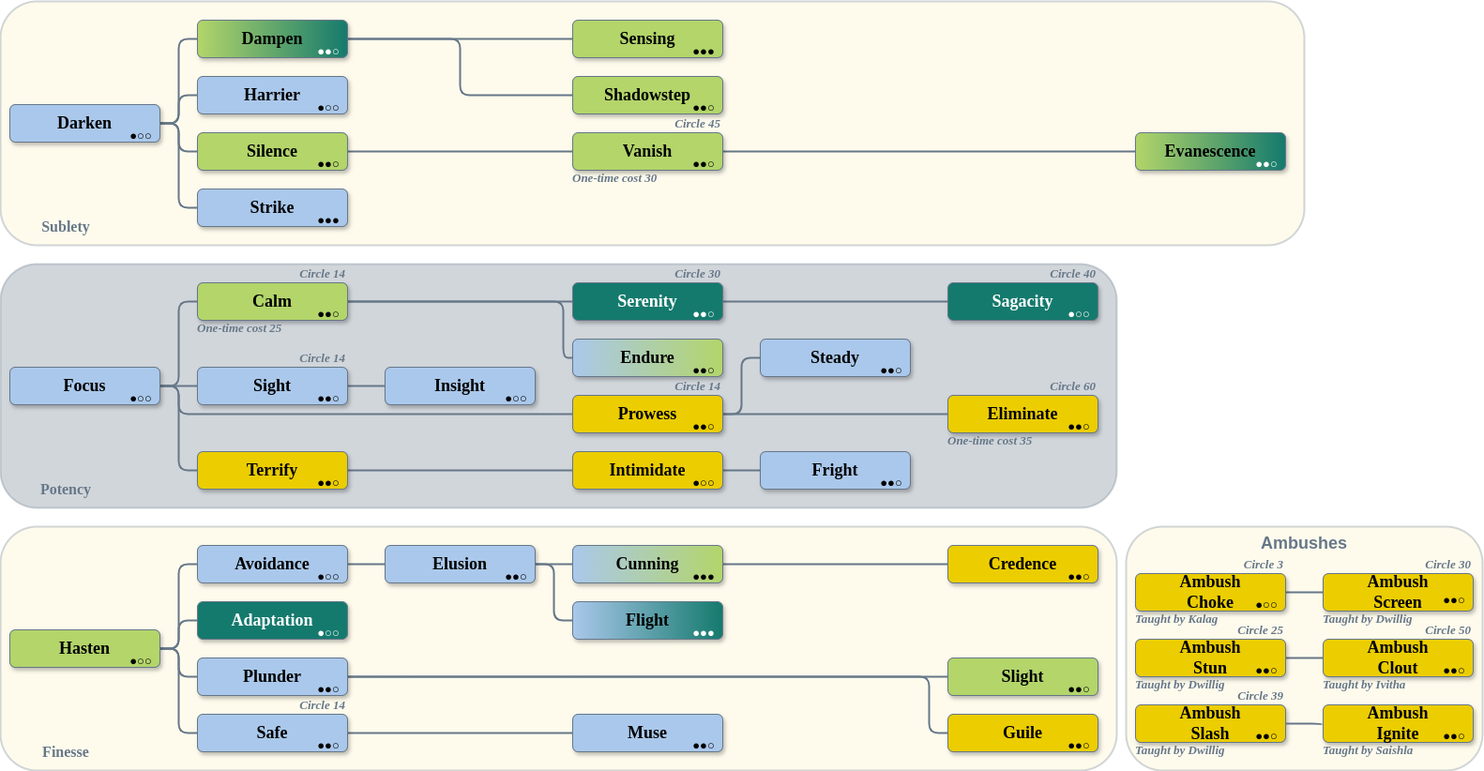
MahtraDR/dr-spell-trees keeps this draw.io diagram as Thief/Thief.png. Above is the earlier version. Source tidied: cells renumbered, new cells last; positions are measured from the earlier drawing's top-left corner, leaving out a move shared by most shapes.
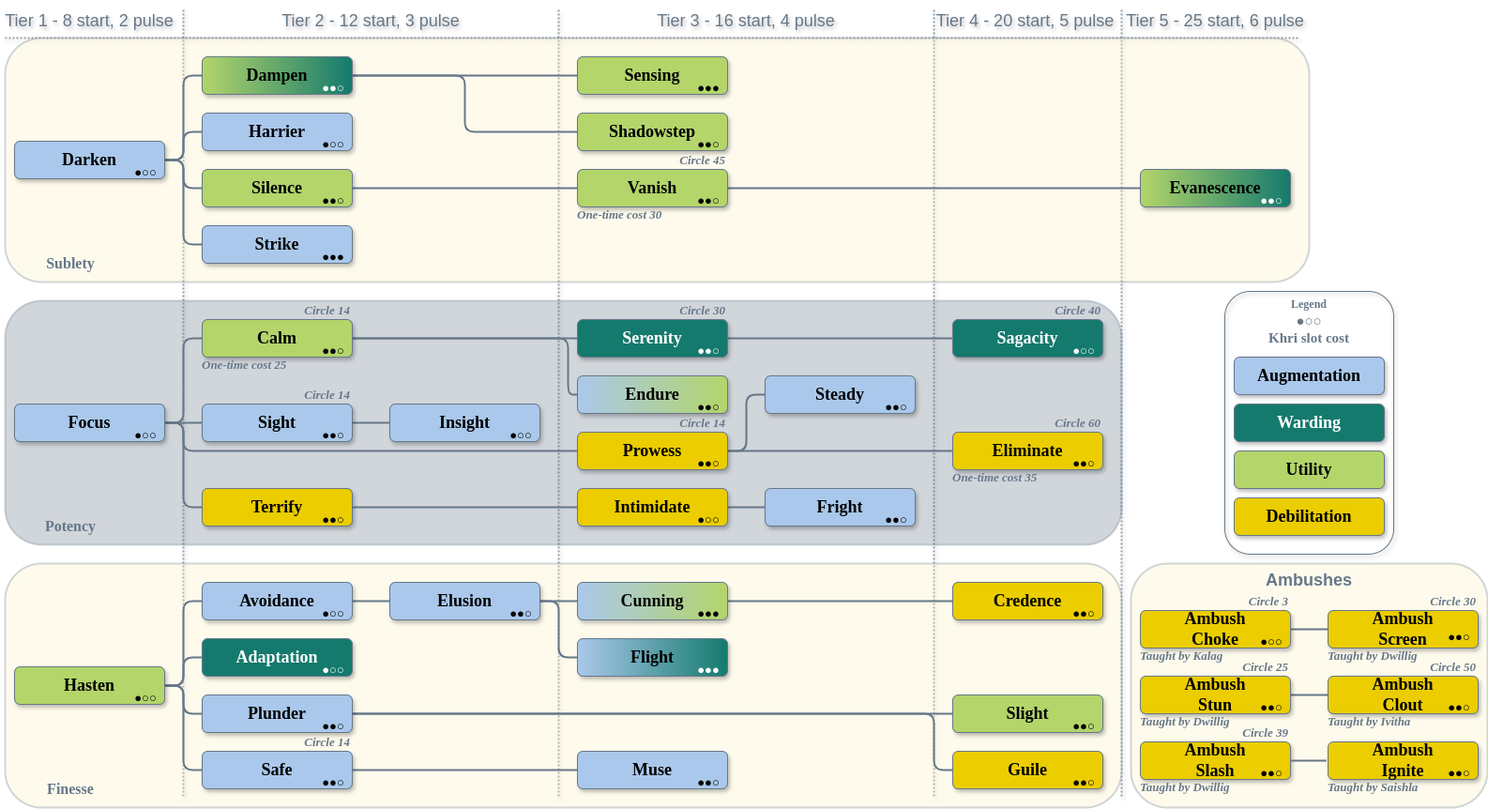
Above is the later version.

What changed in the source:
```diff
@@ -1,6 +1,70 @@
 <mxGraphModel>
   <root>
     <mxCell id="0" />
+    <mxCell id="150" parent="0" />
+    <mxCell id="151" value="Tier 1 - 8 start, 2 pulse" style="text;align=center;verticalAlign=middle;strokeColor=none;fillColor=none;fontFamily=Helvetica;fontSize=18;fontColor=#667788;labelBackgroundColor=none;textShadow=1;" parent="150" vertex="1">
+      <mxGeometry x="50" y="-40" width="80" height="40" as="geometry" />
+    </mxCell>
+    <mxCell id="152" style="html=1;rounded=0;strokeWidth=2;endArrow=none;endFill=0;dashed=1;exitX=0.633;exitY=0;exitDx=0;exitDy=0;exitPerimeter=0;labelBackgroundColor=none;shadow=1;fontColor=default;strokeColor=#667788;opacity=70;dashPattern=1 1;" parent="150" edge="1">
+      <mxGeometry relative="1" as="geometry">
+        <mxPoint x="990" y="-30" as="sourcePoint" />
+        <mxPoint x="990" y="810" as="targetPoint" />
+      </mxGeometry>
+    </mxCell>
+    <mxCell id="153" style="html=1;rounded=0;strokeWidth=2;endArrow=none;endFill=0;dashed=1;exitX=0.633;exitY=0;exitDx=0;exitDy=0;exitPerimeter=0;labelBackgroundColor=none;shadow=1;fontColor=default;strokeColor=#667788;opacity=70;dashPattern=1 1;" parent="150" edge="1">
+      <mxGeometry relative="1" as="geometry">
+        <mxPoint x="1190" y="-30" as="sourcePoint" />
+        <mxPoint x="1190" y="810" as="targetPoint" />
+      </mxGeometry>
+    </mxCell>
+    <mxCell id="154" style="html=1;rounded=0;strokeWidth=2;endArrow=none;endFill=0;dashed=1;labelBackgroundColor=none;shadow=1;fontColor=default;strokeColor=#667788;opacity=70;dashPattern=1 1;" parent="150" edge="1">
+      <mxGeometry relative="1" as="geometry">
+        <mxPoint as="sourcePoint" />
+        <mxPoint x="1380" as="targetPoint" />
+      </mxGeometry>
+    </mxCell>
+    <mxCell id="155" style="html=1;rounded=0;strokeWidth=2;endArrow=none;endFill=0;dashed=1;labelBackgroundColor=none;shadow=1;fontColor=default;strokeColor=#667788;opacity=70;dashPattern=1 1;" parent="150" edge="1">
+      <mxGeometry relative="1" as="geometry">
+        <mxPoint x="590" y="-30" as="sourcePoint" />
+        <mxPoint x="590" y="810" as="targetPoint" />
+      </mxGeometry>
+    </mxCell>
+    <mxCell id="156" style="html=1;rounded=0;strokeWidth=2;endArrow=none;endFill=0;dashed=1;labelBackgroundColor=none;shadow=1;fontColor=default;strokeColor=#667788;opacity=70;dashPattern=1 1;" parent="150" edge="1">
+      <mxGeometry relative="1" as="geometry">
+        <mxPoint x="190" y="-30" as="sourcePoint" />
+        <mxPoint x="190" y="810" as="targetPoint" />
+      </mxGeometry>
+    </mxCell>
+    <mxCell id="157" value="Tier 2 - 12 start, 3 pulse" style="text;align=center;verticalAlign=middle;strokeColor=none;fillColor=none;fontFamily=Helvetica;fontSize=18;fontColor=#667788;labelBackgroundColor=none;textShadow=1;" parent="150" vertex="1">
+      <mxGeometry x="350" y="-40" width="80" height="40" as="geometry" />
+    </mxCell>
+    <mxCell id="158" value="Tier 3 - 16 start, 4 pulse" style="text;align=center;verticalAlign=middle;strokeColor=none;fillColor=none;fontFamily=Helvetica;fontSize=18;fontColor=#667788;labelBackgroundColor=none;textShadow=1;" parent="150" vertex="1">
+      <mxGeometry x="750" y="-40" width="80" height="40" as="geometry" />
+    </mxCell>
+    <mxCell id="159" value="Tier 4 - 20 start, 5 pulse " style="text;align=center;verticalAlign=middle;strokeColor=none;fillColor=none;fontFamily=Helvetica;fontSize=18;fontColor=#667788;labelBackgroundColor=none;textShadow=1;" parent="150" vertex="1">
+      <mxGeometry x="1050" y="-40" width="80" height="40" as="geometry" />
+    </mxCell>
+    <mxCell id="160" value="Tier 5 - 25 start, 6 pulse" style="text;align=center;verticalAlign=middle;strokeColor=none;fillColor=none;fontFamily=Helvetica;fontSize=18;fontColor=#667788;labelBackgroundColor=none;textShadow=1;" parent="150" vertex="1">
+      <mxGeometry x="1250" y="-40" width="80" height="40" as="geometry" />
+    </mxCell>
+    <mxCell id="161" value="Legend" style="rounded=1;fillColor=none;verticalAlign=top;labelBackgroundColor=none;fontStyle=1;fontColor=#667788;fontFamily=Georgia;strokeColor=#667788;shadow=1;glass=0;strokeWidth=1;textShadow=0;whiteSpace=wrap;" parent="150" vertex="1">
+      <mxGeometry x="1300" y="270" width="180" height="280" as="geometry" />
+    </mxCell>
+    <mxCell id="162" value="Debilitation" style="rounded=1;whiteSpace=wrap;fillColor=#EBCD00;labelBackgroundColor=none;fontFamily=Georgia;fontSize=18;strokeColor=#667788;shadow=1;glass=0;strokeWidth=1;align=center;fontStyle=1;verticalAlign=middle;fontColor=#000000;textShadow=0;" parent="150" vertex="1">
+      <mxGeometry x="1310" y="490" width="160" height="40" as="geometry" />
+    </mxCell>
+    <mxCell id="163" value="Utility" style="rounded=1;whiteSpace=wrap;fillColor=#B3D56A;labelBackgroundColor=none;fontFamily=Georgia;fontSize=18;strokeColor=#667788;shadow=1;glass=0;strokeWidth=1;align=center;fontStyle=1;verticalAlign=middle;fontColor=#000000;textShadow=0;" parent="150" vertex="1">
+      <mxGeometry x="1310" y="440" width="160" height="40" as="geometry" />
+    </mxCell>
+    <mxCell id="164" value="Warding" style="rounded=1;whiteSpace=wrap;fillColor=#147A6D;labelBackgroundColor=none;fontFamily=Georgia;fontSize=18;strokeColor=#667788;shadow=1;glass=0;strokeWidth=1;align=center;fontStyle=1;verticalAlign=middle;fontColor=#FFFFFF;textShadow=0;" parent="150" vertex="1">
+      <mxGeometry x="1310" y="390" width="160" height="40" as="geometry" />
+    </mxCell>
+    <mxCell id="165" value="Augmentation" style="rounded=1;whiteSpace=wrap;fillColor=#AAC8EB;labelBackgroundColor=none;fontFamily=Georgia;fontSize=18;strokeColor=#667788;shadow=1;glass=0;strokeWidth=1;fontColor=#000000;align=center;fontStyle=1;verticalAlign=middle;textShadow=0;" parent="150" vertex="1">
+      <mxGeometry x="1310" y="340" width="160" height="40" as="geometry" />
+    </mxCell>
+    <mxCell id="166" value="●○○&#10;Khri slot cost" style="text;align=center;verticalAlign=middle;whiteSpace=wrap;rounded=1;fontFamily=Georgia;fontSize=15;fontColor=#667788;labelBackgroundColor=none;strokeColor=none;shadow=1;glass=0;strokeWidth=1;fontStyle=1;" parent="150" vertex="1">
+      <mxGeometry x="1310" y="290" width="160" height="40" as="geometry" />
+    </mxCell>
     <mxCell id="1" value="Spellbook borders" parent="0" />
     <mxCell id="2" style="rounded=1;fontFamily=Helvetica;fontSize=11;fontColor=default;labelBackgroundColor=none;fillColor=#FCF4C4;strokeColor=#667788;opacity=30;glass=0;shadow=0;align=center;verticalAlign=middle;gradientColor=none;strokeWidth=2;" parent="1" vertex="1">
       <mxGeometry y="560" width="1190" height="260" as="geometry" />
```
